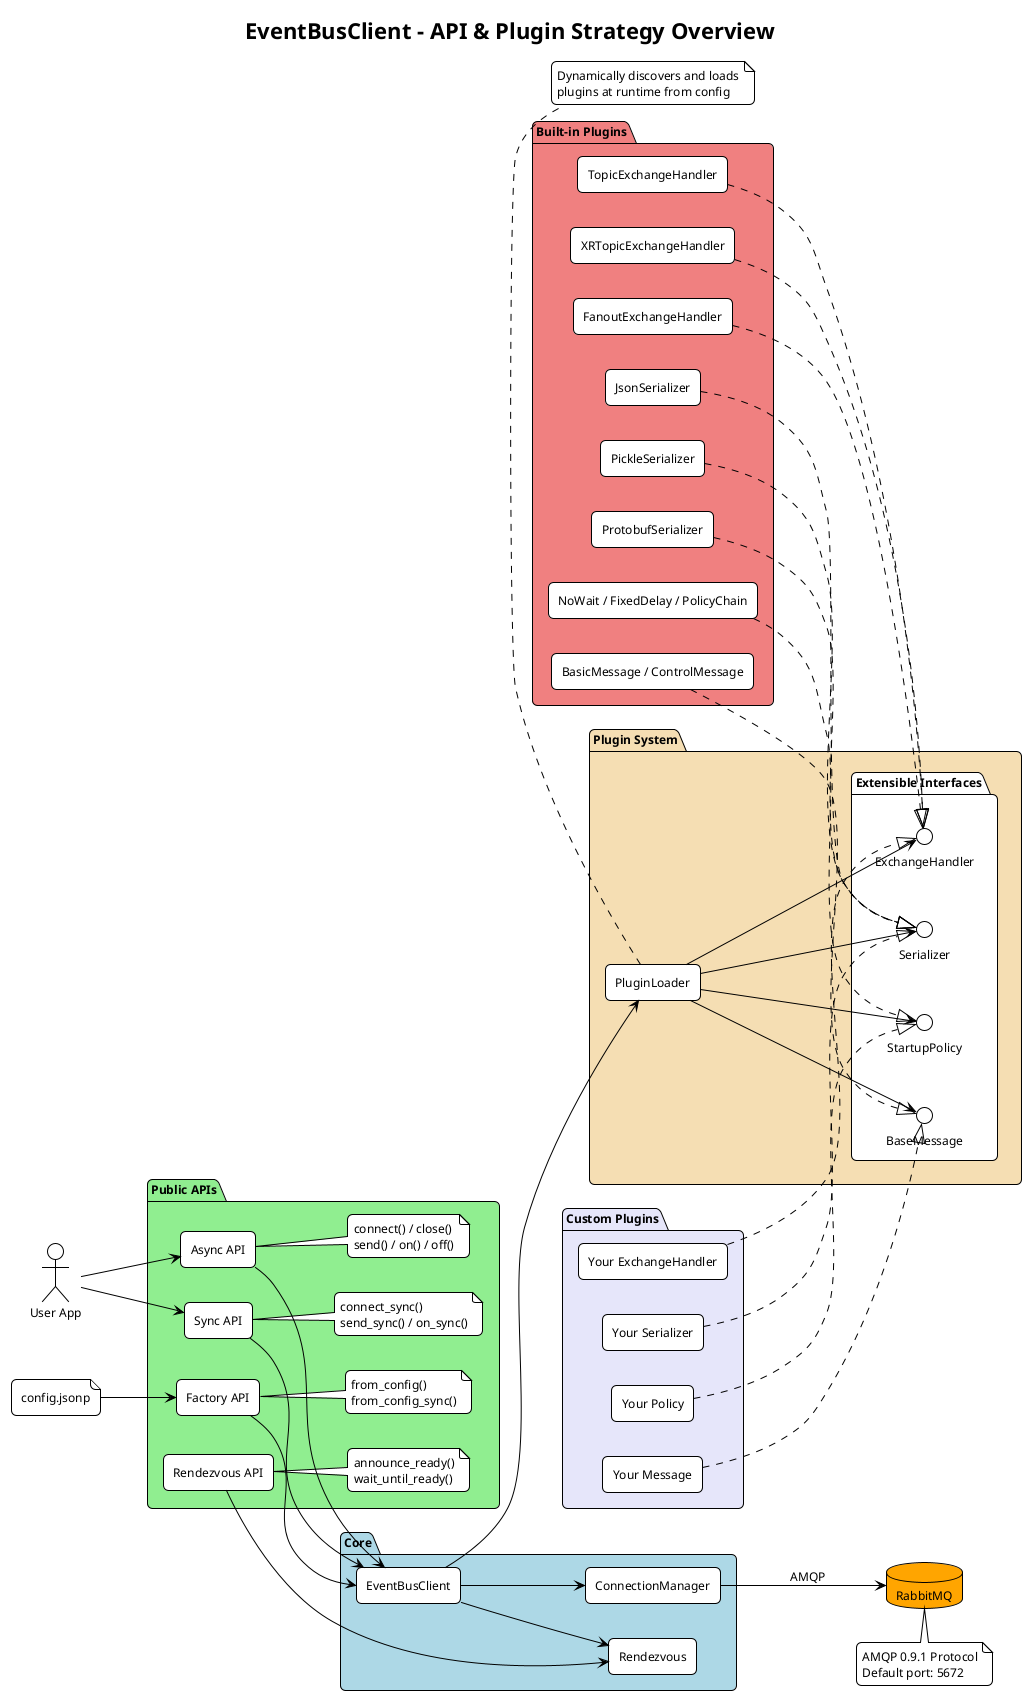
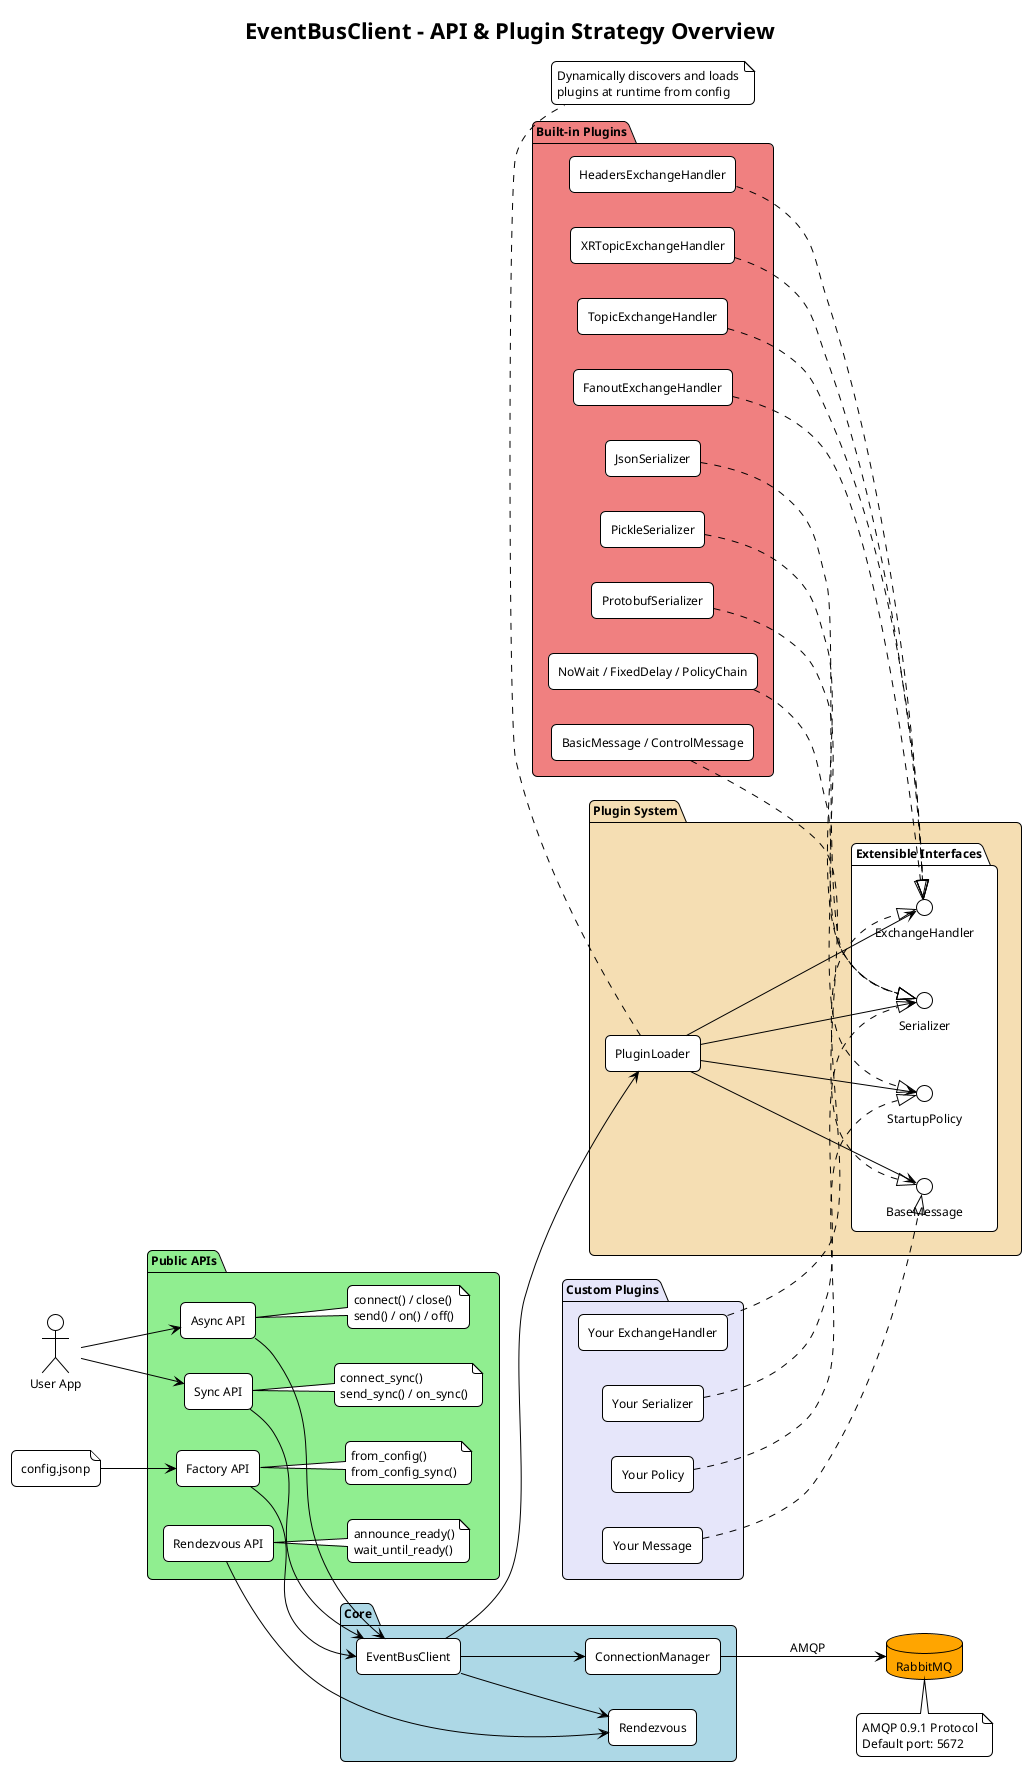
@startuml overview
!theme plain

skinparam defaultFontSize 12
skinparam componentStyle rectangle
skinparam roundCorner 10
skinparam shadowing false
left to right direction

title EventBusClient - API & Plugin Strategy Overview

' ==================== USER ====================
actor "User App" as User

' ==================== APIs ====================
package "Public APIs" #LightGreen {
    [Async API] as AsyncAPI
    [Sync API] as SyncAPI
    [Factory API] as FactoryAPI
    [Rendezvous API] as RendezvousAPI

    note right of AsyncAPI
      connect() / close()
      send() / on() / off()
    end note

    note right of SyncAPI
      connect_sync()
      send_sync() / on_sync()
    end note

    note right of FactoryAPI
      from_config()
      from_config_sync()
    end note

    note right of RendezvousAPI
      announce_ready()
      wait_until_ready()
    end note
}

' ==================== CORE ====================
package "Core" #LightBlue {
    [EventBusClient] as EBC
    [ConnectionManager] as ConnMgr
    [Rendezvous] as Rend
}

' ==================== PLUGIN SYSTEM ====================
package "Plugin System" #Wheat {
    [PluginLoader] as Loader

    package "Extensible Interfaces" #White {
        interface "ExchangeHandler" as IEx
        interface "Serializer" as ISer
        interface "BaseMessage" as IMsg
        interface "StartupPolicy" as IPol
    }
}

' ==================== BUILT-IN PLUGINS ====================
package "Built-in Plugins" #LightCoral {
    [TopicExchangeHandler] as TopicEx
+     [FanoutExchangeHandler] as FanoutEx
+     [HeadersExchangeHandler] as HeadersEx
    [XRTopicExchangeHandler] as XRTopicEx
-     [FanoutExchangeHandler] as FanoutEx
    [JsonSerializer] as JsonSer
    [PickleSerializer] as PickleSer
    [ProtobufSerializer] as ProtobufSer
    [BasicMessage / ControlMessage] as BuiltinMsg
    [NoWait / FixedDelay / PolicyChain] as Policies
}

' ==================== CUSTOM PLUGINS ====================
package "Custom Plugins" #Lavender {
    [Your ExchangeHandler] as CustEx
    [Your Serializer] as CustSer
    [Your Message] as CustMsg
    [Your Policy] as CustPol
}

' ==================== EXTERNAL ====================
database "RabbitMQ" as MQ #Orange
file "config.jsonp" as Config

' ==================== RELATIONSHIPS ====================

User --> AsyncAPI
User --> SyncAPI

AsyncAPI --> EBC
SyncAPI --> EBC
FactoryAPI --> EBC
RendezvousAPI --> Rend

EBC --> ConnMgr
EBC --> Rend
EBC --> Loader

Loader --> IEx
Loader --> ISer
Loader --> IMsg
Loader --> IPol

TopicEx ..|> IEx
+ FanoutEx ..|> IEx
+ HeadersEx ..|> IEx
XRTopicEx ..|> IEx
- FanoutEx ..|> IEx
JsonSer ..|> ISer
PickleSer ..|> ISer
ProtobufSer ..|> ISer
BuiltinMsg ..|> IMsg
Policies ..|> IPol

CustEx ..|> IEx
CustSer ..|> ISer
CustMsg ..|> IMsg
CustPol ..|> IPol

ConnMgr --> MQ : AMQP
Config --> FactoryAPI

note bottom of Loader
  Dynamically discovers and loads
  plugins at runtime from config
end note

note bottom of MQ
  AMQP 0.9.1 Protocol
  Default port: 5672
end note

@enduml
